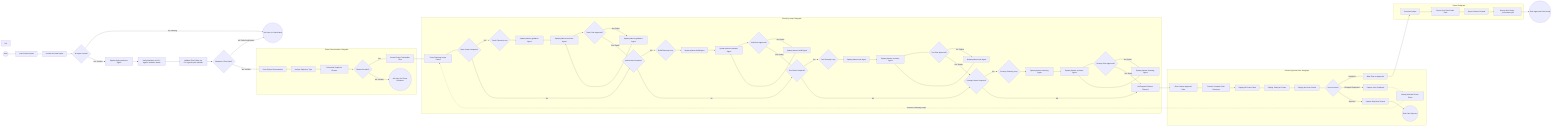
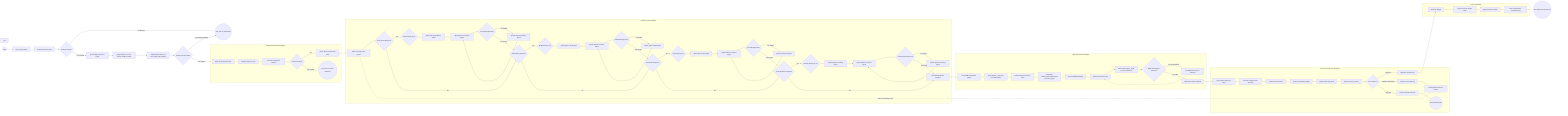
flowchart LR
    %% GOAL: Orchestrate planning agents to create executable plans without execution.
    %% PROFILE: Orchestration-Planning
    %% GUIDELINE: PLANNING ONLY policy - no execution, no exploration loops.
    %% GUIDELINE: User provides all necessary context in their prompt - no discovery phase.
    %% GUIDELINE: modules/AgenticGuidance/assets/definitions/plans.yml - Plan types and folder structure
    %% INPUT_PATH: modules/AgenticGuidance/agents/orchestration/orchestration-planning/inputs.yml
    %%
    %% ENTRYPOINT AWARENESS:
    %% This orchestrator is invoked via entrypoints that signal planning intent:
    %% - _plan_build.yml: Build/implementation planning (prioritize planner-build)
    %% - _plan_teach.yml: Teaching/guidance planning (prioritize planner-guidance)
    %% - _plan_test.yml: Test strategy planning (prioritize planner-test)
    %% The entrypoint intent influences phase determination and planner selection order.
    %%
    %% OUTPUTS (FENCE: Output must match declared schema before marking complete):
    %% - Plan folder: docs/plans/live/{plan_id}/ with required structure
    %% - README.md: Plan overview and folder structure
    %% - plan_live_*.yml: Phase plan files (build, test, teach, cleanup as needed)
+     %% - orchestration_<name>.mmd: Orchestration flowchart for executor
    %% - Each plan file requires: name, status, phases fields
-     %% - Schema reference: modules/AgenticGuidance/assets/examples/planner/YYMMDDRepo_Branch/plan_example.yml
+     %% - MMD schema reference: modules/AgenticGuidance/assets/definitions/plan-mmd-schema.yml
+     %% - Plan schema reference: modules/AgenticGuidance/assets/examples/planner/YYMMDDRepo_Branch/plan_example.yml

    Start((Start)) --> LoadInputs[Load Context Inputs]

    %% ========================================
    %% INPUT VALIDATION PHASE
    %% ========================================
    %% Verify all required context is provided in the user prompt.
    %% Unlike orchestration-build, NO exploration phase - user supplies context.
    LoadInputs --> ReviewInputs[Review All Listed Inputs]
    ReviewInputs --> CheckInputs{All Inputs Found?}

    %% If inputs are missing, ask user for clarification (no self-healing search)
    CheckInputs -- "No: Missing" --> AskUser((Ask User for Clarification))

    %% Proceed when context is verified
    CheckInputs -- "Yes: Verified" --> SpawnDeployWorktree[Spawn deploy-worktree Agent]

    %% ========================================
    %% WORKTREE & PLAN FOLDER SETUP
    %% ========================================
    %% CLI OFFLOAD: Use agentic-cli commands for worktree and plan operations
    %% - agentic worktree create: Creates worktree with plan folder
    %% - agentic worktree status: Verifies worktree configuration
    %% - agentic plan validate: Validates plan folder structure
    %% deploy-worktree agent orchestrates CLI commands
    SpawnDeployWorktree --> VerifyWorktree[Verify Worktree via CLI: agentic worktree status]
    VerifyWorktree --> ValidatePlanFolder[Validate Plan Folder via CLI: agentic plan validate]
    ValidatePlanFolder --> WorktreeValid{Worktree & Plan Valid?}
    WorktreeValid -- "No: Failed verification" --> AskUser

    %% ========================================
    %% PHASE DETERMINATION
    %% ========================================
    %% Orchestration-planning agent analyzes objective and determines required phases.
    %% Possible phases: teach, build, test, cleanup
    %% Each phase will get its own plan_live_<phase>.yml file
    WorktreeValid -- "Yes: Verified" --> PhaseDetermination[Enter Phase Determination]

    subgraph PhaseDetermination_SG ["Phase Determination Subgraph"]
        %% Orchestration-planning determines phases based on objective type:
        %% - teach: guidance, process, or documentation improvements
        %% - build: code implementation or feature development
        %% - test: test strategy and validation tasks
        %% - cleanup: code cleanup, audit, or removal tasks
        %% Creates placeholder .yml files for each required phase
        PhaseDetermination --> AnalyzeObjective[Analyze Objective Type]
        AnalyzeObjective --> DeterminePhases[Determine Required Phases]
        DeterminePhases --> PhasesDecided{Phases Decided?}

        %% List possible phases: teach, build, test, cleanup
        PhasesDecided -- "Yes" --> CreatePlaceholders[Create Phase Placeholder Files]
        PhasesDecided -- "No: Unclear" --> EscalatePhases((Ask User for Phase Guidance))
    end

    %% ========================================
    %% PLANNING LOOPS PHASE
    %% ========================================
    %% LOOP_DEFINITION: modules/AgenticGuidance/assets/definitions/agent-loops.yml#loop_types.planner-loop
    %% MAX_ITERATIONS: 5 (per planner-loop definition)
    %% ESCALATION: If max iterations reached without approval, stop and Ask User
    %%
    %% For each required phase, spawn specialized planner + reviewer loop:
    %% - planner-guidance: Teaching/guidance plans
    %% - planner-build: Build/implementation plans
    %% - planner-test: Test strategy plans
    %% - planner-cleaning: Cleanup/audit plans
    CreatePlaceholders --> PlanningLoops[Enter Planning Loops Phase]

    subgraph PlanningLoops_SG ["Planning Loops Subgraph"]
        %% ----------------------------------------
        %% TEACH PLANNING LOOP (if teach phase required)
        %% ----------------------------------------
        PlanningLoops --> CheckTeach{Teach Phase Required?}
        CheckTeach -- "Yes" --> TeachPlanLoop{Teach Planning Loop}

        TeachPlanLoop --> SpawnPlannerTeach[Spawn planner-guidance Agent]
        SpawnPlannerTeach --> SpawnTeachReviewer[Spawn planner-reviewer Agent]
        SpawnTeachReviewer --> TeachPlanApproved{Teach Plan Approved?}

        %% Iterative refinement for teach plan
        TeachPlanApproved -- "No: Refine" --> SpawnPlannerTeachFix[Spawn planner-guidance Agent]
        SpawnPlannerTeachFix --> SpawnTeachReviewer

        TeachPlanApproved -- "Yes: Ready" --> CheckBuild{Build Phase Required?}
        CheckTeach -- "No" --> CheckBuild

        %% ----------------------------------------
        %% BUILD PLANNING LOOP (if build phase required)
        %% ----------------------------------------
        CheckBuild -- "Yes" --> BuildPlanLoop{Build Planning Loop}

        BuildPlanLoop --> SpawnPlannerBuild[Spawn planner-build Agent]
        SpawnPlannerBuild --> SpawnBuildReviewer[Spawn planner-reviewer Agent]
        SpawnBuildReviewer --> BuildPlanApproved{Build Plan Approved?}

        %% Iterative refinement for build plan
        BuildPlanApproved -- "No: Refine" --> SpawnPlannerBuildFix[Spawn planner-build Agent]
        SpawnPlannerBuildFix --> SpawnBuildReviewer

        BuildPlanApproved -- "Yes: Ready" --> CheckTest{Test Phase Required?}
        CheckBuild -- "No" --> CheckTest

        %% ----------------------------------------
        %% TEST PLANNING LOOP (if test phase required)
        %% ----------------------------------------
        CheckTest -- "Yes" --> TestPlanLoop{Test Planning Loop}

        TestPlanLoop --> SpawnPlannerTest[Spawn planner-test Agent]
        SpawnPlannerTest --> SpawnTestReviewer[Spawn planner-reviewer Agent]
        SpawnTestReviewer --> TestPlanApproved{Test Plan Approved?}

        %% Iterative refinement for test plan
        TestPlanApproved -- "No: Refine" --> SpawnPlannerTestFix[Spawn planner-test Agent]
        SpawnPlannerTestFix --> SpawnTestReviewer

        TestPlanApproved -- "Yes: Ready" --> CheckCleanup{Cleanup Phase Required?}
        CheckTest -- "No" --> CheckCleanup

        %% ----------------------------------------
        %% CLEANUP PLANNING LOOP (if cleanup phase required)
        %% ----------------------------------------
        CheckCleanup -- "Yes" --> CleanupPlanLoop{Cleanup Planning Loop}

        CleanupPlanLoop --> SpawnPlannerCleanup[Spawn planner-cleaning Agent]
        SpawnPlannerCleanup --> SpawnCleanupReviewer[Spawn planner-reviewer Agent]
        SpawnCleanupReviewer --> CleanupPlanApproved{Cleanup Plan Approved?}

        %% Iterative refinement for cleanup plan
        CleanupPlanApproved -- "No: Refine" --> SpawnPlannerCleanupFix[Spawn planner-cleaning Agent]
        SpawnPlannerCleanupFix --> SpawnCleanupReviewer

        CleanupPlanApproved -- "Yes: Ready" --> AllPhasesPlanned[All Required Phases Planned]
        CheckCleanup -- "No" --> AllPhasesPlanned
    end

    %% ========================================
+     %% MMD GENERATION PHASE
+     %% ========================================
+     %% After all phase plans are complete, generate orchestration MMD for executor.
+     %% The MMD defines agent routing, feedback triggers, and execution flow.
+     %%
+     %% SCHEMA REFERENCE: modules/AgenticGuidance/assets/definitions/plan-mmd-schema.yml
+     %% COMPONENT EXAMPLES: modules/AgenticGuidance/assets/examples/planner/components/
+     %% OUTPUT LOCATION: <plan_folder>/live/orchestration_<name>.mmd
+     %%
+     AllPhasesPlanned --> GenerateMMD[Enter MMD Generation Phase]
+ 
+     subgraph MMDGeneration_SG ["MMD Generation Subgraph"]
+         %% Step 1: Read all plan_*.yml files from plan folder
+         GenerateMMD --> ReadPlanFiles[Read All plan_*.yml Files from Plan Folder]
+         ReadPlanFiles --> ExtractPhases[Extract Phases from Plan Files]
+ 
+         %% Step 2: Determine agent routing based on phase types
+         %% AGENT_ROUTING mapping:
+         %% - teach phases -> teacher agents (teacher-update-guidance)
+         %% - build phases -> builder agents (build-python, build-flutter)
+         %% - test phases -> tester agents (test-runner)
+         %% - cleanup phases -> builder agents (cleanup tasks use builders)
+         ExtractPhases --> DetermineRouting[Determine AGENT_ROUTING Based on Phase Types]
+ 
+         %% Step 3: Generate MMD metadata block
+         DetermineRouting --> GenerateMetadata[Generate MMD Metadata]
+         %% Required MMD Metadata (per plan-mmd-schema.yml):
+         %% - PHASES: List of all phases extracted from plan files
+         %% - AGENT_ROUTING: Phase -> agent type mapping (teach->teacher, build->builder, test->tester, cleanup->builder)
+         %% - FEEDBACK_TRIGGERS: Failure handling paths (TEST_FAILURE, BUILD_FAILURE, etc.)
+         %% - STATUS: Initial pending state for all phases (Phase=pending format)
+ 
+         %% Step 4: Build flowchart structure
+         GenerateMetadata --> BuildFlowchart[Build Flowchart Structure]
+         %% Flowchart structure requirements:
+         %% - Start node and input validation phase
+         %% - Phase execution nodes for each plan phase
+         %% - Test/fix loops per agent-loops.yml definitions
+         %% - Feedback paths for re-planning (dashed lines)
+         %% - Success/escalation endpoints
+         %% - Proper subgraph encapsulation per schema
+ 
+         %% Step 5: Write MMD to output location
+         BuildFlowchart --> WriteMMD[Write orchestration_<name>.mmd to plan_folder/live/]
+         %% Output: <plan_folder>/live/orchestration_<name>.mmd
+         %% where <name> is derived from plan folder name
+ 
+         %% Step 6: Validate MMD against schema before proceeding
+         WriteMMD --> ValidateMMD{MMD Valid Against Schema?}
+         ValidateMMD -- "No: Schema Error" --> FixMMD[Fix MMD Structure Per Schema]
+         FixMMD --> BuildFlowchart
+         ValidateMMD -- "Yes: Valid" --> MMDReady[MMD Generation Complete]
+     end
+ 
+     MMDReady --> HumanApproval[Enter Human Approval Gate]
+ 
+     %% ========================================
    %% HUMAN APPROVAL GATE
    %% ========================================
-     %% Present complete plan to user for final approval.
+     %% Present complete plan AND orchestration MMD to user for final approval.
    %% User can: approve, request changes, or reject.
    %% This is the critical gate before plan is marked ready for execution.
-     AllPhasesPlanned --> HumanApproval[Enter Human Approval Gate]

    subgraph HumanApproval_SG ["Human Approval Gate Subgraph"]
        HumanApproval --> PresentPlan[Present Complete Plan Summary]
        PresentPlan --> ShowPhases[Display All Phase Plans]
-         ShowPhases --> ShowTasks[Display Tasks per Phase]
+         ShowPhases --> ShowMMD[Display Orchestration MMD]
+         ShowMMD --> ShowTasks[Display Tasks per Phase]
        ShowTasks --> ShowCriteria[Display Success Criteria]
        ShowCriteria --> UserDecision{User Decision?}

        %% User approves - proceed to output
        UserDecision -- "Approved" --> MarkApproved[Mark Plan as Approved]

        %% User requests changes - return to planning loops with feedback
        UserDecision -- "Changes Requested" --> CaptureChanges[Capture User Feedback]
        CaptureChanges --> IdentifyAffectedPhases[Identify Affected Phase Plans]
        IdentifyAffectedPhases -.->|Return to Planning Loops| PlanningLoops

        %% User rejects - terminate with explanation
        UserDecision -- "Rejected" --> CaptureRejection[Capture Rejection Reason]
        CaptureRejection --> RejectEnd((End: Plan Rejected))
    end

    %% ========================================
    %% OUTPUT PHASE
    %% ========================================
    %% Output the approved plan folder path.
    %% Plan is ready for _orchestrate.yml entrypoints.
    MarkApproved --> OutputPhase[Generate Output]

    subgraph Output_SG ["Output Subgraph"]
        OutputPhase --> ReportPlanLocation[Report Live Plan Folder Path]
        ReportPlanLocation --> ReportPhases[Report Phases Created]
        ReportPhases --> ReportNextSteps[Report Next Steps: _orchestrate.yml]
    end

    ReportNextSteps --> End((End: Approved Plan Ready))

    %% ========================================
    %% STYLING
    %% ========================================
-     %% Dotted lines for feedback loops (return paths from Human Approval)
+     %% Dotted lines for feedback loops (return paths from Human Approval and MMD fix)
    %% These represent plan refinement cycles based on user feedback
-     %% Edge index 57 is: IdentifyAffectedPhases -.-> PlanningLoops
+     %% Edge index 58 is: FixMMD --> BuildFlowchart (MMD fix loop)
+     %% Edge index 70 is: IdentifyAffectedPhases -.-> PlanningLoops (human feedback loop)
    classDef dashedstroke stroke-dasharray: 5 5;
-     linkStyle 57 stroke:#888,stroke-width:2px,stroke-dasharray: 5 5;
+     linkStyle 58,70 stroke:#888,stroke-width:2px,stroke-dasharray: 5 5;
